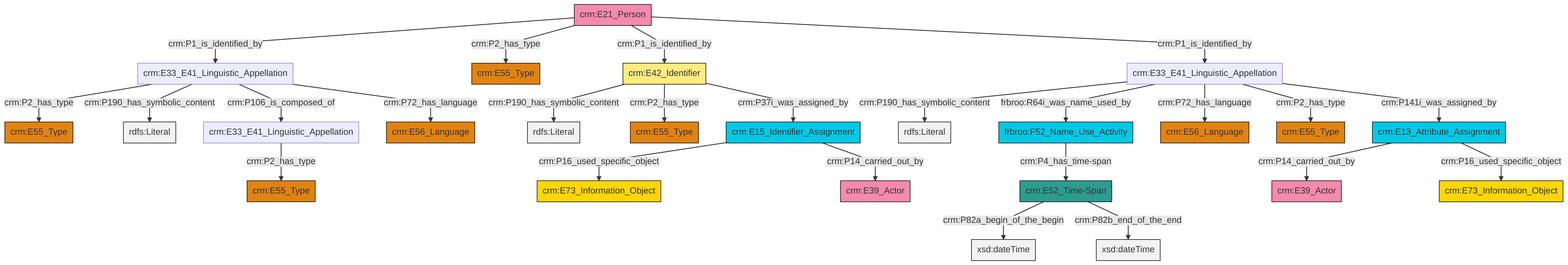
Earlier version of the Mermaid export et/personCSV/ttl/mmd/png/Person_Names_and_Classification.png (swiss-art-research-net/reference-data-models). Its source is kept beside it as et/personCSV/ttl/mmd/Person_Names_and_Classification.ttl.mmd.
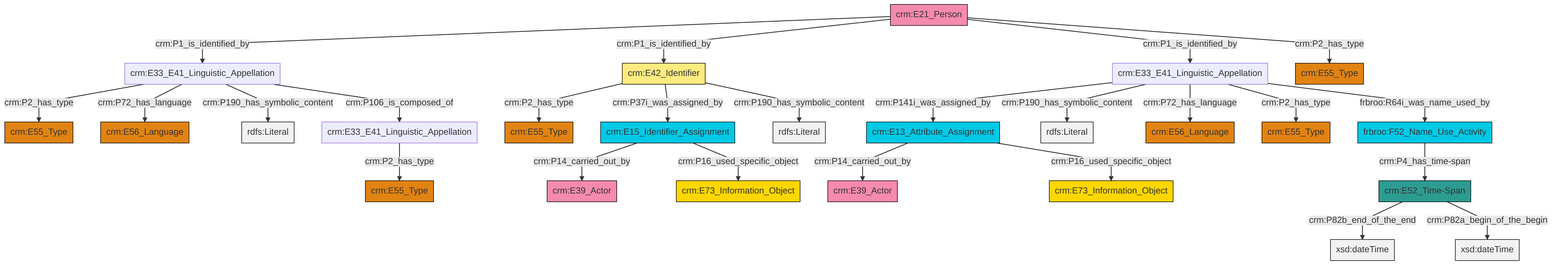
After the commit.

Change to the diagram source:
```diff
@@ -14,26 +14,26 @@
 classDef Multi fill:#cccccc,stroke:#000000;
 
 0["crm:E21_Person"]:::Actor -->|crm:P1_is_identified_by| 1["crm:E33_E41_Linguistic_Appellation"]:::Default
-0["crm:E21_Person"]:::Actor -->|crm:P2_has_type| 4["crm:E55_Type"]:::Type
-5["crm:E33_E41_Linguistic_Appellation"]:::Default -->|crm:P190_has_symbolic_content| 6[rdfs:Literal]:::Literal
-1["crm:E33_E41_Linguistic_Appellation"]:::Default -->|crm:P2_has_type| 9["crm:E55_Type"]:::Type
-10["crm:E13_Attribute_Assignment"]:::Temporal_Entity -->|crm:P14_carried_out_by| 11["crm:E39_Actor"]:::Actor
-1["crm:E33_E41_Linguistic_Appellation"]:::Default -->|crm:P190_has_symbolic_content| 17[rdfs:Literal]:::Literal
-7["crm:E15_Identifier_Assignment"]:::Temporal_Entity -->|crm:P16_used_specific_object| 19["crm:E73_Information_Object"]:::Conceptual_Object
-20["crm:E33_E41_Linguistic_Appellation"]:::Default -->|crm:P2_has_type| 14["crm:E55_Type"]:::Type
-5["crm:E33_E41_Linguistic_Appellation"]:::Default -->|frbroo:R64i_was_name_used_by| 12["frbroo:F52_Name_Use_Activity"]:::Temporal_Entity
-5["crm:E33_E41_Linguistic_Appellation"]:::Default -->|crm:P72_has_language| 25["crm:E56_Language"]:::Type
-5["crm:E33_E41_Linguistic_Appellation"]:::Default -->|crm:P2_has_type| 26["crm:E55_Type"]:::Type
-0["crm:E21_Person"]:::Actor -->|crm:P1_is_identified_by| 27["crm:E42_Identifier"]:::Appellation
-10["crm:E13_Attribute_Assignment"]:::Temporal_Entity -->|crm:P16_used_specific_object| 34["crm:E73_Information_Object"]:::Conceptual_Object
-5["crm:E33_E41_Linguistic_Appellation"]:::Default -->|crm:P141i_was_assigned_by| 10["crm:E13_Attribute_Assignment"]:::Temporal_Entity
-27["crm:E42_Identifier"]:::Appellation -->|crm:P190_has_symbolic_content| 35[rdfs:Literal]:::Literal
-0["crm:E21_Person"]:::Actor -->|crm:P1_is_identified_by| 5["crm:E33_E41_Linguistic_Appellation"]:::Default
-22["crm:E52_Time-Span"]:::Time-Span -->|crm:P82a_begin_of_the_begin| 39[xsd:dateTime]:::Literal
-27["crm:E42_Identifier"]:::Appellation -->|crm:P2_has_type| 40["crm:E55_Type"]:::Type
-7["crm:E15_Identifier_Assignment"]:::Temporal_Entity -->|crm:P14_carried_out_by| 28["crm:E39_Actor"]:::Actor
-1["crm:E33_E41_Linguistic_Appellation"]:::Default -->|crm:P106_is_composed_of| 20["crm:E33_E41_Linguistic_Appellation"]:::Default
-1["crm:E33_E41_Linguistic_Appellation"]:::Default -->|crm:P72_has_language| 2["crm:E56_Language"]:::Type
-22["crm:E52_Time-Span"]:::Time-Span -->|crm:P82b_end_of_the_end| 45[xsd:dateTime]:::Literal
-27["crm:E42_Identifier"]:::Appellation -->|crm:P37i_was_assigned_by| 7["crm:E15_Identifier_Assignment"]:::Temporal_Entity
-12["frbroo:F52_Name_Use_Activity"]:::Temporal_Entity -->|crm:P4_has_time-span| 22["crm:E52_Time-Span"]:::Time-Span
+2["crm:E33_E41_Linguistic_Appellation"]:::Default -->|crm:P2_has_type| 3["crm:E55_Type"]:::Type
+6["crm:E33_E41_Linguistic_Appellation"]:::Default -->|crm:P141i_was_assigned_by| 7["crm:E13_Attribute_Assignment"]:::Temporal_Entity
+12["crm:E42_Identifier"]:::Appellation -->|crm:P2_has_type| 10["crm:E55_Type"]:::Type
+16["frbroo:F52_Name_Use_Activity"]:::Temporal_Entity -->|crm:P4_has_time-span| 17["crm:E52_Time-Span"]:::Time-Span
+22["crm:E15_Identifier_Assignment"]:::Temporal_Entity -->|crm:P14_carried_out_by| 23["crm:E39_Actor"]:::Actor
+0["crm:E21_Person"]:::Actor -->|crm:P1_is_identified_by| 12["crm:E42_Identifier"]:::Appellation
+1["crm:E33_E41_Linguistic_Appellation"]:::Default -->|crm:P2_has_type| 20["crm:E55_Type"]:::Type
+7["crm:E13_Attribute_Assignment"]:::Temporal_Entity -->|crm:P14_carried_out_by| 28["crm:E39_Actor"]:::Actor
+0["crm:E21_Person"]:::Actor -->|crm:P1_is_identified_by| 6["crm:E33_E41_Linguistic_Appellation"]:::Default
+1["crm:E33_E41_Linguistic_Appellation"]:::Default -->|crm:P72_has_language| 24["crm:E56_Language"]:::Type
+6["crm:E33_E41_Linguistic_Appellation"]:::Default -->|crm:P190_has_symbolic_content| 30[rdfs:Literal]:::Literal
+12["crm:E42_Identifier"]:::Appellation -->|crm:P37i_was_assigned_by| 22["crm:E15_Identifier_Assignment"]:::Temporal_Entity
+17["crm:E52_Time-Span"]:::Time-Span -->|crm:P82b_end_of_the_end| 35[xsd:dateTime]:::Literal
+1["crm:E33_E41_Linguistic_Appellation"]:::Default -->|crm:P190_has_symbolic_content| 36[rdfs:Literal]:::Literal
+22["crm:E15_Identifier_Assignment"]:::Temporal_Entity -->|crm:P16_used_specific_object| 14["crm:E73_Information_Object"]:::Conceptual_Object
+6["crm:E33_E41_Linguistic_Appellation"]:::Default -->|crm:P72_has_language| 31["crm:E56_Language"]:::Type
+6["crm:E33_E41_Linguistic_Appellation"]:::Default -->|crm:P2_has_type| 26["crm:E55_Type"]:::Type
+0["crm:E21_Person"]:::Actor -->|crm:P2_has_type| 8["crm:E55_Type"]:::Type
+12["crm:E42_Identifier"]:::Appellation -->|crm:P190_has_symbolic_content| 40[rdfs:Literal]:::Literal
+6["crm:E33_E41_Linguistic_Appellation"]:::Default -->|frbroo:R64i_was_name_used_by| 16["frbroo:F52_Name_Use_Activity"]:::Temporal_Entity
+7["crm:E13_Attribute_Assignment"]:::Temporal_Entity -->|crm:P16_used_specific_object| 42["crm:E73_Information_Object"]:::Conceptual_Object
+1["crm:E33_E41_Linguistic_Appellation"]:::Default -->|crm:P106_is_composed_of| 2["crm:E33_E41_Linguistic_Appellation"]:::Default
+17["crm:E52_Time-Span"]:::Time-Span -->|crm:P82a_begin_of_the_begin| 45[xsd:dateTime]:::Literal
```
